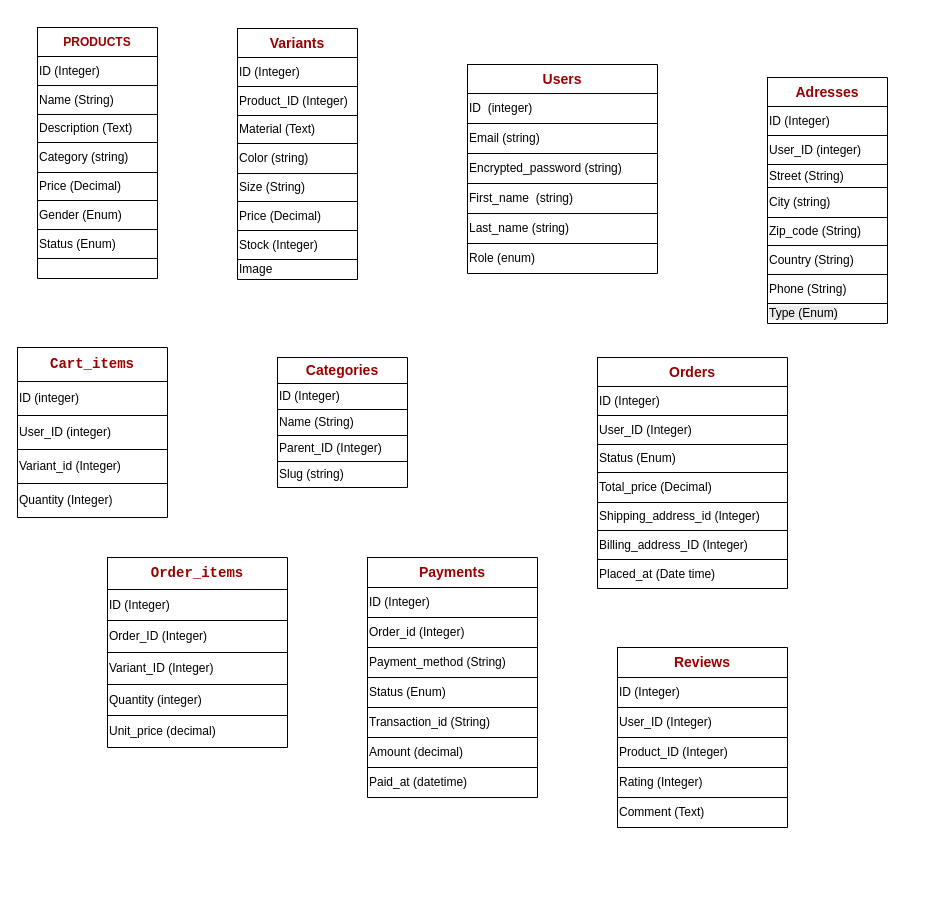
The draw.io diagram db/sanja.drawio in GodNZILA/Sanja, before the edit. Source tidied: cells renumbered, new cells numbered last; positions are measured from the earlier drawing's top-left corner, leaving out a move shared by most shapes. Both pictures are drawn from the tidied source at 100%, with x=0, y=0 at pixel (17, 27).
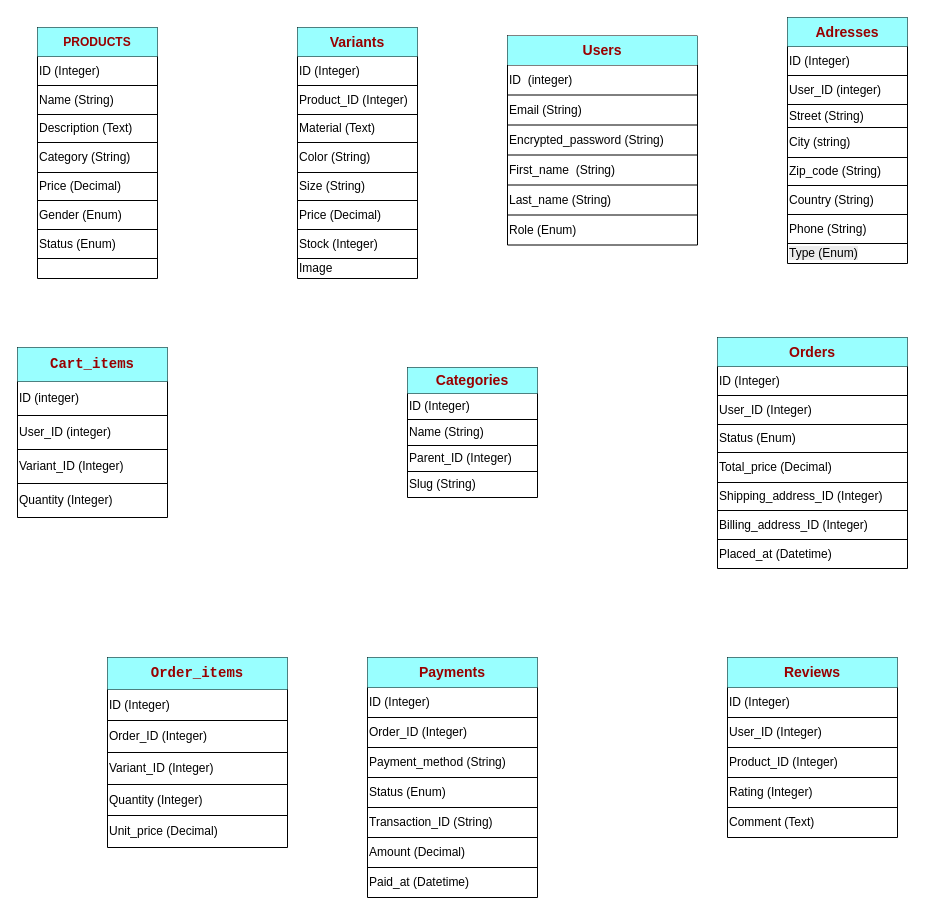
After the change.

The change refers to these unchanged cells:
```xml
<mxCell id="2" style="shape=table;startSize=0;childLayout=tableLayout;" parent="1" vertex="1">
<mxCell id="11" style="shape=tableRow;horizontal=0;startSize=0;swimlaneHead=0;swimlaneBody=0;strokeColor=inherit;top=0;left=0;bottom=0;right=0;fillColor=none;" parent="2" vertex="1">
<mxCell id="22" style="shape=tableRow;horizontal=0;startSize=0;swimlaneHead=0;swimlaneBody=0;strokeColor=inherit;top=0;left=0;bottom=0;right=0;fillColor=none;" parent="21" vertex="1">
<mxCell id="30" style="shape=tableRow;horizontal=0;startSize=0;swimlaneHead=0;swimlaneBody=0;strokeColor=inherit;top=0;left=0;bottom=0;right=0;fillColor=none;" parent="21" vertex="1">
<mxCell id="41" style="shape=tableRow;horizontal=0;startSize=0;swimlaneHead=0;swimlaneBody=0;strokeColor=inherit;top=0;left=0;bottom=0;right=0;fillColor=none;" parent="40" vertex="1">
<mxCell id="49" style="shape=tableRow;horizontal=0;startSize=0;swimlaneHead=0;swimlaneBody=0;strokeColor=inherit;top=0;left=0;bottom=0;right=0;fillColor=none;" parent="40" vertex="1">
<mxCell id="52" style="shape=tableRow;horizontal=0;startSize=0;swimlaneHead=0;swimlaneBody=0;strokeColor=inherit;top=0;left=0;bottom=0;right=0;fillColor=none;" parent="51" vertex="1">
<mxCell id="56" style="shape=tableRow;horizontal=0;startSize=0;swimlaneHead=0;swimlaneBody=0;strokeColor=inherit;top=0;left=0;bottom=0;right=0;fillColor=none;" parent="51" vertex="1">
<mxCell id="58" style="shape=tableRow;horizontal=0;startSize=0;swimlaneHead=0;swimlaneBody=0;strokeColor=inherit;top=0;left=0;bottom=0;right=0;fillColor=none;" parent="51" vertex="1">
<mxCell id="60" style="shape=tableRow;horizontal=0;startSize=0;swimlaneHead=0;swimlaneBody=0;strokeColor=inherit;top=0;left=0;bottom=0;right=0;fillColor=none;" parent="51" vertex="1">
<mxCell id="62" style="shape=tableRow;horizontal=0;startSize=0;swimlaneHead=0;swimlaneBody=0;strokeColor=inherit;top=0;left=0;bottom=0;right=0;fillColor=none;" parent="51" vertex="1">
<mxCell id="64" style="shape=tableRow;horizontal=0;startSize=0;swimlaneHead=0;swimlaneBody=0;strokeColor=inherit;top=0;left=0;bottom=0;right=0;fillColor=none;" parent="51" vertex="1">
<mxCell id="67" style="shape=tableRow;horizontal=0;startSize=0;swimlaneHead=0;swimlaneBody=0;strokeColor=inherit;top=0;left=0;bottom=0;right=0;fillColor=none;" parent="66" vertex="1">
<mxCell id="73" style="shape=tableRow;horizontal=0;startSize=0;swimlaneHead=0;swimlaneBody=0;strokeColor=inherit;top=0;left=0;bottom=0;right=0;fillColor=none;" parent="66" vertex="1">
<mxCell id="78" style="shape=tableRow;horizontal=0;startSize=0;swimlaneHead=0;swimlaneBody=0;strokeColor=inherit;top=0;left=0;bottom=0;right=0;fillColor=none;" parent="77" vertex="1">
<mxCell id="86" style="shape=tableRow;horizontal=0;startSize=0;swimlaneHead=0;swimlaneBody=0;strokeColor=inherit;top=0;left=0;bottom=0;right=0;fillColor=none;" parent="77" vertex="1">
<mxCell id="88" style="shape=tableRow;horizontal=0;startSize=0;swimlaneHead=0;swimlaneBody=0;strokeColor=inherit;top=0;left=0;bottom=0;right=0;fillColor=none;" parent="77" vertex="1">
<mxCell id="91" style="shape=tableRow;horizontal=0;startSize=0;swimlaneHead=0;swimlaneBody=0;strokeColor=inherit;top=0;left=0;bottom=0;right=0;fillColor=none;" parent="90" vertex="1">
<mxCell id="101" style="shape=tableRow;horizontal=0;startSize=0;swimlaneHead=0;swimlaneBody=0;strokeColor=inherit;top=0;left=0;bottom=0;right=0;fillColor=none;" parent="90" vertex="1">
<mxCell id="105" style="shape=tableRow;horizontal=0;startSize=0;swimlaneHead=0;swimlaneBody=0;strokeColor=inherit;top=0;left=0;bottom=0;right=0;fillColor=none;" parent="90" vertex="1">
<mxCell id="108" style="shape=tableRow;horizontal=0;startSize=0;swimlaneHead=0;swimlaneBody=0;strokeColor=inherit;top=0;left=0;bottom=0;right=0;fillColor=none;" parent="107" vertex="1">
<mxCell id="127" style="shape=tableRow;horizontal=0;startSize=0;swimlaneHead=0;swimlaneBody=0;strokeColor=inherit;top=0;left=0;bottom=0;right=0;fillColor=none;" parent="126" vertex="1">
<mxCell id="131" style="shape=tableRow;horizontal=0;startSize=0;swimlaneHead=0;swimlaneBody=0;strokeColor=inherit;top=0;left=0;bottom=0;right=0;fillColor=none;" parent="126" vertex="1">
<mxCell id="137" style="shape=tableRow;horizontal=0;startSize=0;swimlaneHead=0;swimlaneBody=0;strokeColor=inherit;top=0;left=0;bottom=0;right=0;fillColor=none;" parent="126" vertex="1">
<mxCell id="139" style="shape=tableRow;horizontal=0;startSize=0;swimlaneHead=0;swimlaneBody=0;strokeColor=inherit;top=0;left=0;bottom=0;right=0;fillColor=none;" parent="126" vertex="1">
<mxCell id="141" style="shape=tableRow;horizontal=0;startSize=0;swimlaneHead=0;swimlaneBody=0;strokeColor=inherit;top=0;left=0;bottom=0;right=0;fillColor=none;" parent="126" vertex="1">
```

Diff of the diagram source:
```diff
@@
-    <mxCell id="3" style="shape=tableRow;horizontal=0;startSize=0;swimlaneHead=0;swimlaneBody=0;strokeColor=inherit;top=0;left=0;bottom=0;right=0;fillColor=none;" parent="2" vertex="1">
+    <mxCell id="3" style="shape=tableRow;horizontal=0;startSize=0;swimlaneHead=0;swimlaneBody=0;strokeColor=inherit;top=0;left=0;bottom=0;right=0;fillColor=#99FFFF;" parent="2" vertex="1">
       <mxGeometry width="120" height="29" as="geometry" />
     </mxCell>
@@
-    <mxCell id="12" value="Category (string)" style="shape=partialRectangle;html=1;whiteSpace=wrap;strokeColor=inherit;overflow=hidden;fillColor=none;top=0;left=0;bottom=0;right=0;align=left;" parent="11" vertex="1">
+    <mxCell id="12" value="Category (String)" style="shape=partialRectangle;html=1;whiteSpace=wrap;strokeColor=inherit;overflow=hidden;fillColor=none;top=0;left=0;bottom=0;right=0;align=left;" parent="11" vertex="1">
       <mxGeometry width="120" height="30" as="geometry" />
     </mxCell>
@@
     <mxCell id="21" style="shape=table;startSize=0;childLayout=tableLayout;" parent="1" vertex="1">
-      <mxGeometry x="220" y="1" width="120" height="251" as="geometry" />
+      <mxGeometry x="280" width="120" height="251" as="geometry" />
     </mxCell>
@@
-    <mxCell id="23" value="&lt;b style=&quot;color: rgb(153, 0, 0);&quot;&gt;&lt;font style=&quot;font-size: 14px;&quot;&gt;Variants&lt;/font&gt;&lt;/b&gt;" style="shape=partialRectangle;html=1;whiteSpace=wrap;strokeColor=inherit;overflow=hidden;fillColor=none;top=0;left=0;bottom=0;right=0;" parent="22" vertex="1">
+    <mxCell id="23" value="&lt;b style=&quot;color: rgb(153, 0, 0);&quot;&gt;&lt;font style=&quot;font-size: 14px;&quot;&gt;Variants&lt;/font&gt;&lt;/b&gt;" style="shape=partialRectangle;html=1;whiteSpace=wrap;strokeColor=inherit;overflow=hidden;fillColor=#99FFFF;top=0;left=0;bottom=0;right=0;" parent="22" vertex="1">
       <mxGeometry width="120" height="29" as="geometry" />
     </mxCell>
@@
-    <mxCell id="31" value="Color (string)" style="shape=partialRectangle;html=1;whiteSpace=wrap;strokeColor=inherit;overflow=hidden;fillColor=none;top=0;left=0;bottom=0;right=0;align=left;" parent="30" vertex="1">
+    <mxCell id="31" value="Color (String)" style="shape=partialRectangle;html=1;whiteSpace=wrap;strokeColor=inherit;overflow=hidden;fillColor=none;top=0;left=0;bottom=0;right=0;align=left;" parent="30" vertex="1">
       <mxGeometry width="120" height="30" as="geometry" />
     </mxCell>
@@
     <mxCell id="40" style="shape=table;startSize=0;childLayout=tableLayout;" parent="1" vertex="1">
-      <mxGeometry x="260" y="330" width="130" height="130" as="geometry" />
+      <mxGeometry x="390" y="340" width="130" height="130" as="geometry" />
     </mxCell>
@@
-    <mxCell id="42" value="&lt;b style=&quot;color: rgb(153, 0, 0);&quot;&gt;&lt;font style=&quot;font-size: 14px;&quot;&gt;Categories&lt;/font&gt;&lt;/b&gt;" style="shape=partialRectangle;html=1;whiteSpace=wrap;strokeColor=inherit;overflow=hidden;fillColor=none;top=0;left=0;bottom=0;right=0;" parent="41" vertex="1">
+    <mxCell id="42" value="&lt;b style=&quot;color: rgb(153, 0, 0);&quot;&gt;&lt;font style=&quot;font-size: 14px;&quot;&gt;Categories&lt;/font&gt;&lt;/b&gt;" style="shape=partialRectangle;html=1;whiteSpace=wrap;strokeColor=inherit;overflow=hidden;fillColor=#99FFFF;top=0;left=0;bottom=0;right=0;" parent="41" vertex="1">
       <mxGeometry width="130" height="26" as="geometry" />
     </mxCell>
@@
-    <mxCell id="50" value="Slug (string)" style="shape=partialRectangle;html=1;whiteSpace=wrap;strokeColor=inherit;overflow=hidden;fillColor=none;top=0;left=0;bottom=0;right=0;align=left;" parent="49" vertex="1">
+    <mxCell id="50" value="Slug (String)" style="shape=partialRectangle;html=1;whiteSpace=wrap;strokeColor=inherit;overflow=hidden;fillColor=none;top=0;left=0;bottom=0;right=0;align=left;" parent="49" vertex="1">
       <mxGeometry width="130" height="26" as="geometry" />
     </mxCell>
     <mxCell id="51" style="shape=table;startSize=0;childLayout=tableLayout;" parent="1" vertex="1">
-      <mxGeometry x="450" y="37" width="190" height="209" as="geometry" />
+      <mxGeometry x="490" y="8.5" width="190" height="209" as="geometry" />
     </mxCell>
@@
-    <mxCell id="53" value="&lt;b style=&quot;color: rgb(153, 0, 0);&quot;&gt;&lt;font style=&quot;font-size: 14px;&quot;&gt;Users&lt;/font&gt;&lt;/b&gt;" style="shape=partialRectangle;html=1;whiteSpace=wrap;strokeColor=inherit;overflow=hidden;fillColor=none;top=0;left=0;bottom=0;right=0;" parent="52" vertex="1">
+    <mxCell id="53" value="&lt;b style=&quot;color: rgb(153, 0, 0);&quot;&gt;&lt;font style=&quot;font-size: 14px;&quot;&gt;Users&lt;/font&gt;&lt;/b&gt;" style="shape=partialRectangle;html=1;whiteSpace=wrap;strokeColor=inherit;overflow=hidden;fillColor=#99FFFF;top=0;left=0;bottom=0;right=0;" parent="52" vertex="1">
       <mxGeometry width="190" height="29" as="geometry" />
     </mxCell>
@@
-    <mxCell id="57" value="Email (string)" style="shape=partialRectangle;html=1;whiteSpace=wrap;strokeColor=inherit;overflow=hidden;fillColor=none;top=0;left=0;bottom=0;right=0;align=left;" parent="56" vertex="1">
+    <mxCell id="57" value="Email (String)" style="shape=partialRectangle;html=1;whiteSpace=wrap;strokeColor=inherit;overflow=hidden;fillColor=none;top=0;left=0;bottom=0;right=0;align=left;" parent="56" vertex="1">
       <mxGeometry width="190" height="30" as="geometry" />
     </mxCell>
@@
-    <mxCell id="59" value="Encrypted_password (string)" style="shape=partialRectangle;html=1;whiteSpace=wrap;strokeColor=inherit;overflow=hidden;fillColor=none;top=0;left=0;bottom=0;right=0;align=left;" parent="58" vertex="1">
+    <mxCell id="59" value="Encrypted_password (String)" style="shape=partialRectangle;html=1;whiteSpace=wrap;strokeColor=inherit;overflow=hidden;fillColor=none;top=0;left=0;bottom=0;right=0;align=left;" parent="58" vertex="1">
       <mxGeometry width="190" height="30" as="geometry" />
     </mxCell>
@@
-    <mxCell id="61" value="First_name &amp;nbsp;(string)" style="shape=partialRectangle;html=1;whiteSpace=wrap;strokeColor=inherit;overflow=hidden;fillColor=none;top=0;left=0;bottom=0;right=0;align=left;" parent="60" vertex="1">
+    <mxCell id="61" value="First_name &amp;nbsp;(String)" style="shape=partialRectangle;html=1;whiteSpace=wrap;strokeColor=inherit;overflow=hidden;fillColor=none;top=0;left=0;bottom=0;right=0;align=left;" parent="60" vertex="1">
       <mxGeometry width="190" height="30" as="geometry" />
     </mxCell>
@@
-    <mxCell id="63" value="Last_name (string)" style="shape=partialRectangle;html=1;whiteSpace=wrap;strokeColor=inherit;overflow=hidden;fillColor=none;top=0;left=0;bottom=0;right=0;align=left;" parent="62" vertex="1">
+    <mxCell id="63" value="Last_name (String)" style="shape=partialRectangle;html=1;whiteSpace=wrap;strokeColor=inherit;overflow=hidden;fillColor=none;top=0;left=0;bottom=0;right=0;align=left;" parent="62" vertex="1">
       <mxGeometry width="190" height="30" as="geometry" />
     </mxCell>
@@
-    <mxCell id="65" value="Role (enum)" style="shape=partialRectangle;html=1;whiteSpace=wrap;strokeColor=inherit;overflow=hidden;fillColor=none;top=0;left=0;bottom=0;right=0;align=left;" parent="64" vertex="1">
+    <mxCell id="65" value="Role (Enum)" style="shape=partialRectangle;html=1;whiteSpace=wrap;strokeColor=inherit;overflow=hidden;fillColor=none;top=0;left=0;bottom=0;right=0;align=left;" parent="64" vertex="1">
       <mxGeometry width="190" height="30" as="geometry" />
     </mxCell>
@@
-    <mxCell id="68" value="&lt;code style=&quot;text-align: start;&quot;&gt;&lt;b style=&quot;color: rgb(153, 0, 0);&quot;&gt;&lt;font style=&quot;font-size: 14px;&quot;&gt;Cart_items&lt;/font&gt;&lt;/b&gt;&lt;/code&gt;" style="shape=partialRectangle;html=1;whiteSpace=wrap;strokeColor=inherit;overflow=hidden;fillColor=none;top=0;left=0;bottom=0;right=0;" parent="67" vertex="1">
+    <mxCell id="68" value="&lt;code style=&quot;text-align: start;&quot;&gt;&lt;b style=&quot;color: rgb(153, 0, 0);&quot;&gt;&lt;font style=&quot;font-size: 14px;&quot;&gt;Cart_items&lt;/font&gt;&lt;/b&gt;&lt;/code&gt;" style="shape=partialRectangle;html=1;whiteSpace=wrap;strokeColor=inherit;overflow=hidden;fillColor=#99FFFF;top=0;left=0;bottom=0;right=0;" parent="67" vertex="1">
       <mxGeometry width="150" height="34" as="geometry" />
     </mxCell>
@@
-    <mxCell id="74" value="Variant_id (Integer)" style="shape=partialRectangle;html=1;whiteSpace=wrap;strokeColor=inherit;overflow=hidden;fillColor=none;top=0;left=0;bottom=0;right=0;align=left;" parent="73" vertex="1">
+    <mxCell id="74" value="Variant_ID (Integer)" style="shape=partialRectangle;html=1;whiteSpace=wrap;strokeColor=inherit;overflow=hidden;fillColor=none;top=0;left=0;bottom=0;right=0;align=left;" parent="73" vertex="1">
       <mxGeometry width="150" height="34" as="geometry" />
     </mxCell>
@@
     <mxCell id="77" style="shape=table;startSize=0;childLayout=tableLayout;" parent="1" vertex="1">
-      <mxGeometry x="90" y="530" width="180" height="190" as="geometry" />
+      <mxGeometry x="90" y="630" width="180" height="190" as="geometry" />
     </mxCell>
@@
-    <mxCell id="79" value="&lt;code style=&quot;text-align: start; color: rgb(153, 0, 0);&quot;&gt;&lt;b&gt;&lt;font style=&quot;font-size: 14px;&quot;&gt;Order_items&lt;/font&gt;&lt;/b&gt;&lt;/code&gt;" style="shape=partialRectangle;html=1;whiteSpace=wrap;strokeColor=inherit;overflow=hidden;fillColor=none;top=0;left=0;bottom=0;right=0;" parent="78" vertex="1">
+    <mxCell id="79" value="&lt;code style=&quot;text-align: start; color: rgb(153, 0, 0);&quot;&gt;&lt;b&gt;&lt;font style=&quot;font-size: 14px;&quot;&gt;Order_items&lt;/font&gt;&lt;/b&gt;&lt;/code&gt;" style="shape=partialRectangle;html=1;whiteSpace=wrap;strokeColor=inherit;overflow=hidden;fillColor=#99FFFF;top=0;left=0;bottom=0;right=0;" parent="78" vertex="1">
       <mxGeometry width="180" height="32" as="geometry" />
     </mxCell>
@@
-    <mxCell id="87" value="Quantity (integer)" style="shape=partialRectangle;html=1;whiteSpace=wrap;strokeColor=inherit;overflow=hidden;fillColor=none;top=0;left=0;bottom=0;right=0;align=left;" parent="86" vertex="1">
+    <mxCell id="87" value="Quantity (Integer)" style="shape=partialRectangle;html=1;whiteSpace=wrap;strokeColor=inherit;overflow=hidden;fillColor=none;top=0;left=0;bottom=0;right=0;align=left;" parent="86" vertex="1">
       <mxGeometry width="180" height="31" as="geometry" />
     </mxCell>
@@
-    <mxCell id="89" value="Unit_price (decimal)" style="shape=partialRectangle;html=1;whiteSpace=wrap;strokeColor=inherit;overflow=hidden;fillColor=none;top=0;left=0;bottom=0;right=0;align=left;" parent="88" vertex="1">
+    <mxCell id="89" value="Unit_price (Decimal)" style="shape=partialRectangle;html=1;whiteSpace=wrap;strokeColor=inherit;overflow=hidden;fillColor=none;top=0;left=0;bottom=0;right=0;align=left;" parent="88" vertex="1">
       <mxGeometry width="180" height="32" as="geometry" />
     </mxCell>
     <mxCell id="90" style="shape=table;startSize=0;childLayout=tableLayout;" parent="1" vertex="1">
-      <mxGeometry x="580" y="330" width="190" height="231" as="geometry" />
+      <mxGeometry x="700" y="310" width="190" height="231" as="geometry" />
     </mxCell>
@@
-    <mxCell id="92" value="&lt;b style=&quot;color: rgb(153, 0, 0);&quot;&gt;&lt;font style=&quot;font-size: 14px;&quot;&gt;Orders&lt;/font&gt;&lt;/b&gt;" style="shape=partialRectangle;html=1;whiteSpace=wrap;strokeColor=inherit;overflow=hidden;fillColor=none;top=0;left=0;bottom=0;right=0;" parent="91" vertex="1">
+    <mxCell id="92" value="&lt;b style=&quot;color: rgb(153, 0, 0);&quot;&gt;&lt;font style=&quot;font-size: 14px;&quot;&gt;Orders&lt;/font&gt;&lt;/b&gt;" style="shape=partialRectangle;html=1;whiteSpace=wrap;strokeColor=inherit;overflow=hidden;fillColor=#99FFFF;top=0;left=0;bottom=0;right=0;" parent="91" vertex="1">
       <mxGeometry width="190" height="29" as="geometry" />
     </mxCell>
@@
-    <mxCell id="102" value="Shipping_address_id&amp;nbsp;(Integer)" style="shape=partialRectangle;html=1;whiteSpace=wrap;strokeColor=inherit;overflow=hidden;fillColor=none;top=0;left=0;bottom=0;right=0;align=left;" parent="101" vertex="1">
+    <mxCell id="102" value="Shipping_address_ID (Integer)" style="shape=partialRectangle;html=1;whiteSpace=wrap;strokeColor=inherit;overflow=hidden;fillColor=none;top=0;left=0;bottom=0;right=0;align=left;" parent="101" vertex="1">
       <mxGeometry width="190" height="28" as="geometry" />
     </mxCell>
@@
-    <mxCell id="106" value="Placed_at&amp;nbsp;(Date time)" style="shape=partialRectangle;html=1;whiteSpace=wrap;strokeColor=inherit;overflow=hidden;fillColor=none;top=0;left=0;bottom=0;right=0;align=left;" parent="105" vertex="1">
+    <mxCell id="106" value="Placed_at&amp;nbsp;(Datetime)" style="shape=partialRectangle;html=1;whiteSpace=wrap;strokeColor=inherit;overflow=hidden;fillColor=none;top=0;left=0;bottom=0;right=0;align=left;" parent="105" vertex="1">
       <mxGeometry width="190" height="29" as="geometry" />
     </mxCell>
     <mxCell id="107" style="shape=table;startSize=0;childLayout=tableLayout;" parent="1" vertex="1">
-      <mxGeometry x="750" y="50" width="120" height="246" as="geometry" />
+      <mxGeometry x="770" y="-10" width="120" height="246" as="geometry" />
     </mxCell>
@@
-    <mxCell id="109" value="&lt;span style=&quot;text-align: start; color: rgb(153, 0, 0);&quot;&gt;&lt;b&gt;&lt;font style=&quot;font-size: 14px;&quot;&gt;Adresses&lt;/font&gt;&lt;/b&gt;&lt;/span&gt;" style="shape=partialRectangle;html=1;whiteSpace=wrap;strokeColor=inherit;overflow=hidden;fillColor=none;top=0;left=0;bottom=0;right=0;" parent="108" vertex="1">
+    <mxCell id="109" value="&lt;span style=&quot;text-align: start; color: rgb(153, 0, 0);&quot;&gt;&lt;b&gt;&lt;font style=&quot;font-size: 14px;&quot;&gt;Adresses&lt;/font&gt;&lt;/b&gt;&lt;/span&gt;" style="shape=partialRectangle;html=1;whiteSpace=wrap;strokeColor=inherit;overflow=hidden;fillColor=#99FFFF;top=0;left=0;bottom=0;right=0;" parent="108" vertex="1">
       <mxGeometry width="120" height="29" as="geometry" />
     </mxCell>
@@
     <mxCell id="126" style="shape=table;startSize=0;childLayout=tableLayout;" parent="1" vertex="1">
-      <mxGeometry x="350" y="530" width="170" height="240" as="geometry" />
+      <mxGeometry x="350" y="630" width="170" height="240" as="geometry" />
     </mxCell>
@@
-    <mxCell id="128" value="&lt;b style=&quot;color: rgb(153, 0, 0);&quot;&gt;&lt;font style=&quot;font-size: 14px;&quot;&gt;Payments&lt;/font&gt;&lt;/b&gt;" style="shape=partialRectangle;html=1;whiteSpace=wrap;strokeColor=inherit;overflow=hidden;fillColor=none;top=0;left=0;bottom=0;right=0;" parent="127" vertex="1">
+    <mxCell id="128" value="&lt;b style=&quot;color: rgb(153, 0, 0);&quot;&gt;&lt;font style=&quot;font-size: 14px;&quot;&gt;Payments&lt;/font&gt;&lt;/b&gt;" style="shape=partialRectangle;html=1;whiteSpace=wrap;strokeColor=inherit;overflow=hidden;fillColor=#99FFFF;top=0;left=0;bottom=0;right=0;" parent="127" vertex="1">
       <mxGeometry width="170" height="30" as="geometry" />
     </mxCell>
@@
-    <mxCell id="132" value="Order_id (Integer)" style="shape=partialRectangle;html=1;whiteSpace=wrap;strokeColor=inherit;overflow=hidden;fillColor=none;top=0;left=0;bottom=0;right=0;align=left;" parent="131" vertex="1">
+    <mxCell id="132" value="Order_ID (Integer)" style="shape=partialRectangle;html=1;whiteSpace=wrap;strokeColor=inherit;overflow=hidden;fillColor=none;top=0;left=0;bottom=0;right=0;align=left;" parent="131" vertex="1">
       <mxGeometry width="170" height="30" as="geometry" />
     </mxCell>
@@
-    <mxCell id="138" value="Transaction_id (String)" style="shape=partialRectangle;html=1;whiteSpace=wrap;strokeColor=inherit;overflow=hidden;fillColor=none;top=0;left=0;bottom=0;right=0;align=left;" parent="137" vertex="1">
+    <mxCell id="138" value="Transaction_ID (String)" style="shape=partialRectangle;html=1;whiteSpace=wrap;strokeColor=inherit;overflow=hidden;fillColor=none;top=0;left=0;bottom=0;right=0;align=left;" parent="137" vertex="1">
       <mxGeometry width="170" height="30" as="geometry" />
     </mxCell>
@@
-    <mxCell id="140" value="Amount (decimal)" style="shape=partialRectangle;html=1;whiteSpace=wrap;strokeColor=inherit;overflow=hidden;fillColor=none;top=0;left=0;bottom=0;right=0;align=left;" parent="139" vertex="1">
+    <mxCell id="140" value="Amount (Decimal)" style="shape=partialRectangle;html=1;whiteSpace=wrap;strokeColor=inherit;overflow=hidden;fillColor=none;top=0;left=0;bottom=0;right=0;align=left;" parent="139" vertex="1">
       <mxGeometry width="170" height="30" as="geometry" />
     </mxCell>
@@
-    <mxCell id="142" value="Paid_at (datetime)" style="shape=partialRectangle;html=1;whiteSpace=wrap;strokeColor=inherit;overflow=hidden;fillColor=none;top=0;left=0;bottom=0;right=0;align=left;" parent="141" vertex="1">
+    <mxCell id="142" value="Paid_at (Datetime)" style="shape=partialRectangle;html=1;whiteSpace=wrap;strokeColor=inherit;overflow=hidden;fillColor=none;top=0;left=0;bottom=0;right=0;align=left;" parent="141" vertex="1">
       <mxGeometry width="170" height="30" as="geometry" />
     </mxCell>
     <mxCell id="143" style="shape=table;startSize=0;childLayout=tableLayout;" parent="1" vertex="1">
-      <mxGeometry x="600" y="620" width="170" height="180" as="geometry" />
+      <mxGeometry x="710" y="630" width="170" height="180" as="geometry" />
     </mxCell>
-    <mxCell id="144" style="shape=tableRow;horizontal=0;startSize=0;swimlaneHead=0;swimlaneBody=0;strokeColor=inherit;top=0;left=0;bottom=0;right=0;fillColor=none;" parent="143" vertex="1">
+    <mxCell id="144" style="shape=tableRow;horizontal=0;startSize=0;swimlaneHead=0;swimlaneBody=0;strokeColor=inherit;top=0;left=0;bottom=0;right=0;fillColor=#99FFFF;" parent="143" vertex="1">
       <mxGeometry width="170" height="30" as="geometry" />
     </mxCell>
```
